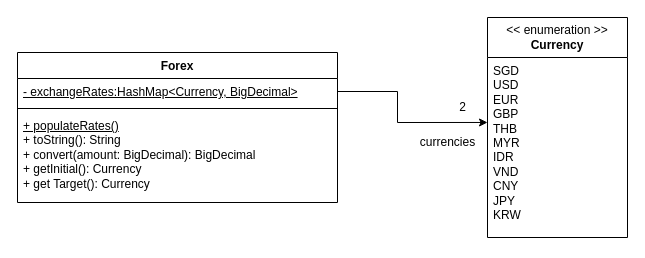
This is docs/diagrams/ForexClassDiagram.drawio from woowenjun99/tp, a draw.io file, before an edit. Source tidied: cells renumbered, new cells numbered last; positions are measured from the earlier drawing's top-left corner, leaving out a move shared by most shapes. Both pictures are drawn from the tidied source at 100%, with x=0, y=0 at pixel (17, 17).
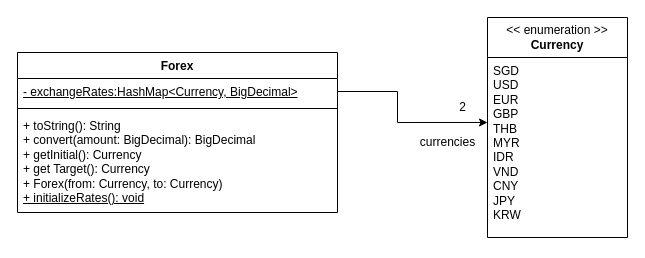
After the change.

Commit message (it also covers changes not shown here):
Update the Forex component

The edit, as a diff of the source:
```diff
@@
 <mxGraphModel>
   <root>
     <mxCell id="0" />
     <mxCell id="1" parent="0" />
     <mxCell id="2" value="Forex" style="swimlane;fontStyle=1;align=center;verticalAlign=top;horizontal=1;startSize=26;whiteSpace=wrap;html=1;" parent="1" vertex="1">
-      <mxGeometry y="35" width="320" height="150" as="geometry" />
+      <mxGeometry y="35" width="320" height="160" as="geometry" />
     </mxCell>
     <mxCell id="3" value="&lt;u&gt;- exchangeRates:HashMap&amp;lt;Currency, BigDecimal&amp;gt;&lt;/u&gt;" style="text;strokeColor=none;fillColor=none;align=left;verticalAlign=top;spacingLeft=4;spacingRight=4;overflow=hidden;points=[[0,0.5],[1,0.5]];portConstraint=eastwest;whiteSpace=wrap;html=1;" parent="2" vertex="1">
       <mxGeometry y="26" width="320" height="26" as="geometry" />
     </mxCell>
     <mxCell id="4" style="line;strokeWidth=1;fillColor=none;align=left;verticalAlign=middle;spacingTop=-1;spacingLeft=3;spacingRight=3;labelPosition=right;strokeColor=inherit;" parent="2" vertex="1">
       <mxGeometry y="52" width="320" height="8" as="geometry" />
     </mxCell>
-    <mxCell id="5" value="&lt;u&gt;+ populateRates()&lt;/u&gt;&lt;br&gt;+ toString(): String&lt;br&gt;+ convert(amount: BigDecimal): BigDecimal&lt;br&gt;+ getInitial(): Currency&lt;br&gt;+ get Target(): Currency" style="text;strokeColor=none;fillColor=none;align=left;verticalAlign=top;spacingLeft=4;spacingRight=4;overflow=hidden;whiteSpace=wrap;html=1;" parent="2" vertex="1">
-      <mxGeometry y="60" width="320" height="90" as="geometry" />
+    <mxCell id="5" value="+ toString(): String&lt;br&gt;+ convert(amount: BigDecimal): BigDecimal&lt;br&gt;+ getInitial(): Currency&lt;br&gt;+ get Target(): Currency&lt;br&gt;+ Forex(from: Currency, to: Currency)&lt;br&gt;&lt;u&gt;+ initializeRates(): void&lt;/u&gt;" style="text;strokeColor=none;fillColor=none;align=left;verticalAlign=top;spacingLeft=4;spacingRight=4;overflow=hidden;whiteSpace=wrap;html=1;" parent="2" vertex="1">
+      <mxGeometry y="60" width="320" height="100" as="geometry" />
     </mxCell>
     <mxCell id="6" value="&amp;lt;&amp;lt; enumeration &amp;gt;&amp;gt;&lt;br&gt;&lt;b&gt;Currency&lt;/b&gt;" style="swimlane;fontStyle=0;horizontal=1;startSize=40;fillColor=none;whiteSpace=wrap;html=1;" parent="1" vertex="1">
       <mxGeometry x="470" width="140" height="220" as="geometry" />
     </mxCell>
     <mxCell id="7" value="SGD&lt;br&gt;USD&lt;br&gt;EUR&lt;br&gt;GBP&lt;br&gt;THB&lt;br&gt;MYR&lt;br&gt;IDR&lt;br&gt;VND&lt;br&gt;CNY&lt;br&gt;JPY&lt;br&gt;KRW" style="text;strokeColor=none;fillColor=none;align=left;verticalAlign=top;spacingLeft=4;spacingRight=4;overflow=hidden;points=[[0,0.5],[1,0.5]];portConstraint=eastwest;whiteSpace=wrap;html=1;" parent="6" vertex="1">
       <mxGeometry y="40" width="140" height="180" as="geometry" />
     </mxCell>
     <mxCell id="8" style="endArrow=classic;html=1;rounded=0;exitX=1;exitY=0.5;exitDx=0;exitDy=0;entryX=0;entryY=0.361;entryDx=0;entryDy=0;entryPerimeter=0;" parent="1" edge="1" source="3" target="7">
       <mxGeometry relative="1" as="geometry">
         <Array as="points">
           <mxPoint x="380" y="74" />
           <mxPoint x="380" y="105" />
         </Array>
       </mxGeometry>
     </mxCell>
     <mxCell id="9" value="currencies" style="text;html=1;align=center;verticalAlign=middle;strokeColor=none;fillColor=none;" parent="1" vertex="1">
       <mxGeometry x="390" y="110" width="80" height="30" as="geometry" />
     </mxCell>
     <mxCell id="10" value="2" style="text;html=1;align=center;verticalAlign=middle;strokeColor=none;fillColor=none;" parent="1" vertex="1">
       <mxGeometry x="430" y="75" width="30" height="30" as="geometry" />
     </mxCell>
   </root>
 </mxGraphModel>
```
